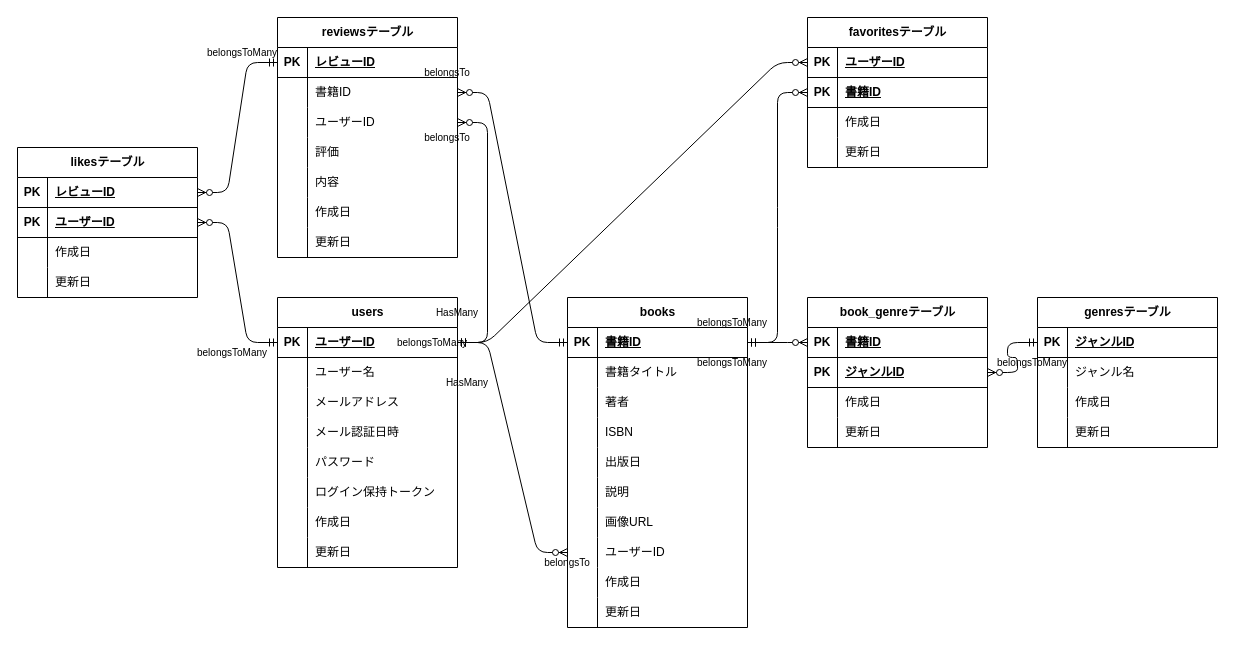
The draw.io diagram erd.drawio in yuichiro-yamada/bookshelf, before the edit. Source tidied: cells renumbered, new cells numbered last; positions are measured from the earlier drawing's top-left corner, leaving out a move shared by most shapes. Both pictures are drawn from the tidied source at 100%, with x=0, y=0 at pixel (17, 17).
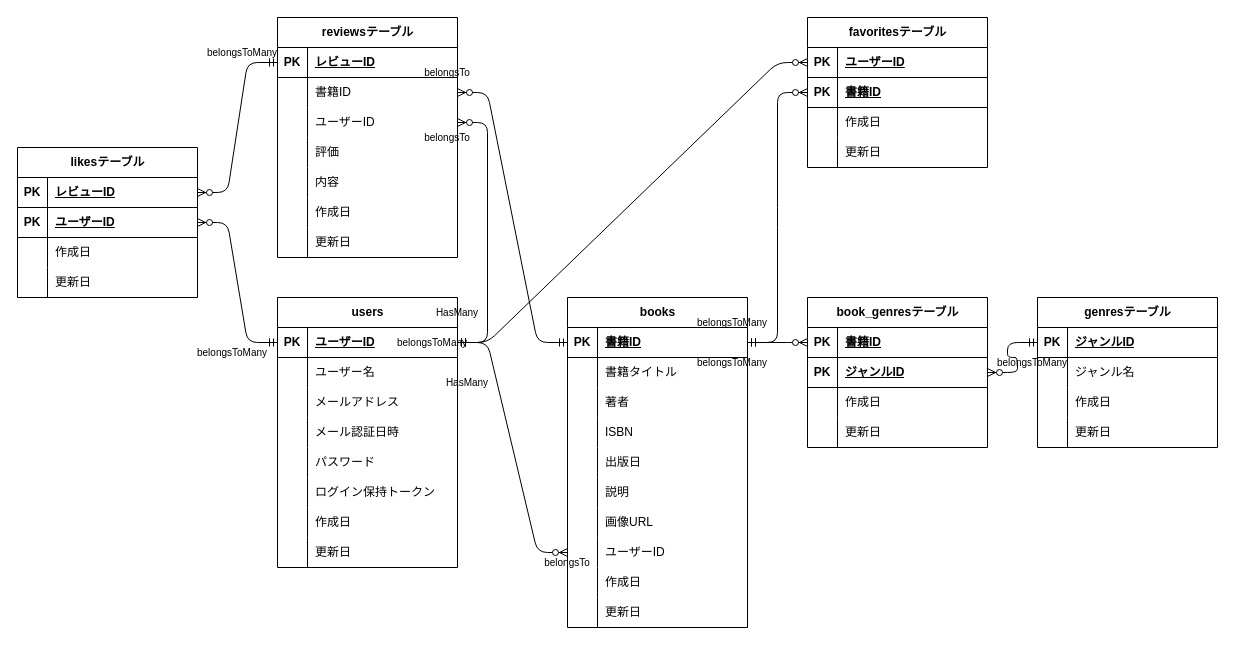
The same page after the edit.

Diff of the diagram source:
```diff
@@
-    <mxCell id="58" value="book_genreテーブル" style="shape=table;startSize=30;childLayout=tableLayout;rowLines=0;fontStyle=1;align=center;html=1;" parent="1" vertex="1">
+    <mxCell id="58" value="book_genresテーブル" style="shape=table;startSize=30;childLayout=tableLayout;rowLines=0;fontStyle=1;align=center;html=1;" parent="1" vertex="1">
       <mxGeometry x="790" y="280" width="180" height="150" as="geometry" />
     </mxCell>
```
